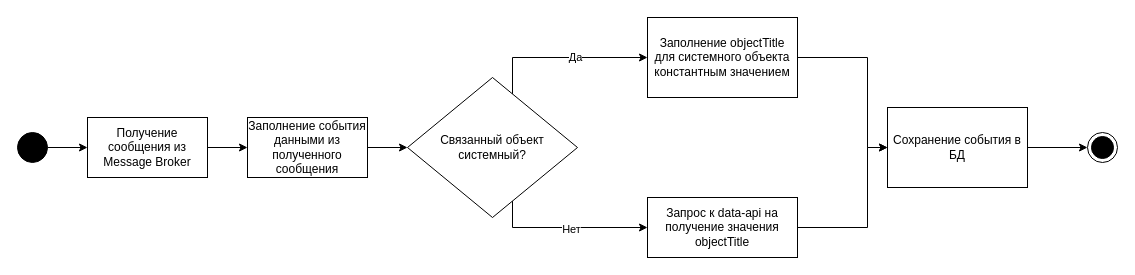
Above: event-logger/handle-event.drawio in effective-group/docs-drawio (draw.io), before the change. Source tidied: cells renumbered, new cells numbered last; positions are measured from the earlier drawing's top-left corner, leaving out a move shared by most shapes. Both pictures are drawn from the tidied source at 100%, with x=0, y=0 at pixel (17, 17).
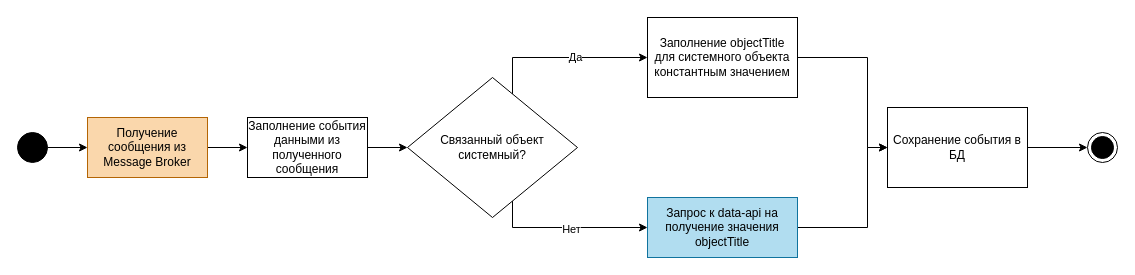
Above is the later version.

Change to the diagram source:
```diff
@@
-    <mxCell id="3" value="Получение сообщения из Message Broker" style="rounded=0;whiteSpace=wrap;html=1;" parent="1" vertex="1">
+    <mxCell id="3" value="Получение сообщения из Message Broker" style="rounded=0;whiteSpace=wrap;html=1;fillColor=#fad7ac;strokeColor=#b46504;" parent="1" vertex="1">
       <mxGeometry x="70" y="100" width="120" height="60" as="geometry" />
     </mxCell>
@@
-    <mxCell id="14" value="Запрос к data-api на получение значения objectTitle" style="whiteSpace=wrap;html=1;rounded=0;comic=0;" parent="1" vertex="1">
+    <mxCell id="14" value="Запрос к data-api на получение значения objectTitle" style="whiteSpace=wrap;html=1;rounded=0;comic=0;fillColor=#b1ddf0;strokeColor=#10739e;" parent="1" vertex="1">
       <mxGeometry x="630" y="180" width="150" height="60" as="geometry" />
     </mxCell>
```
